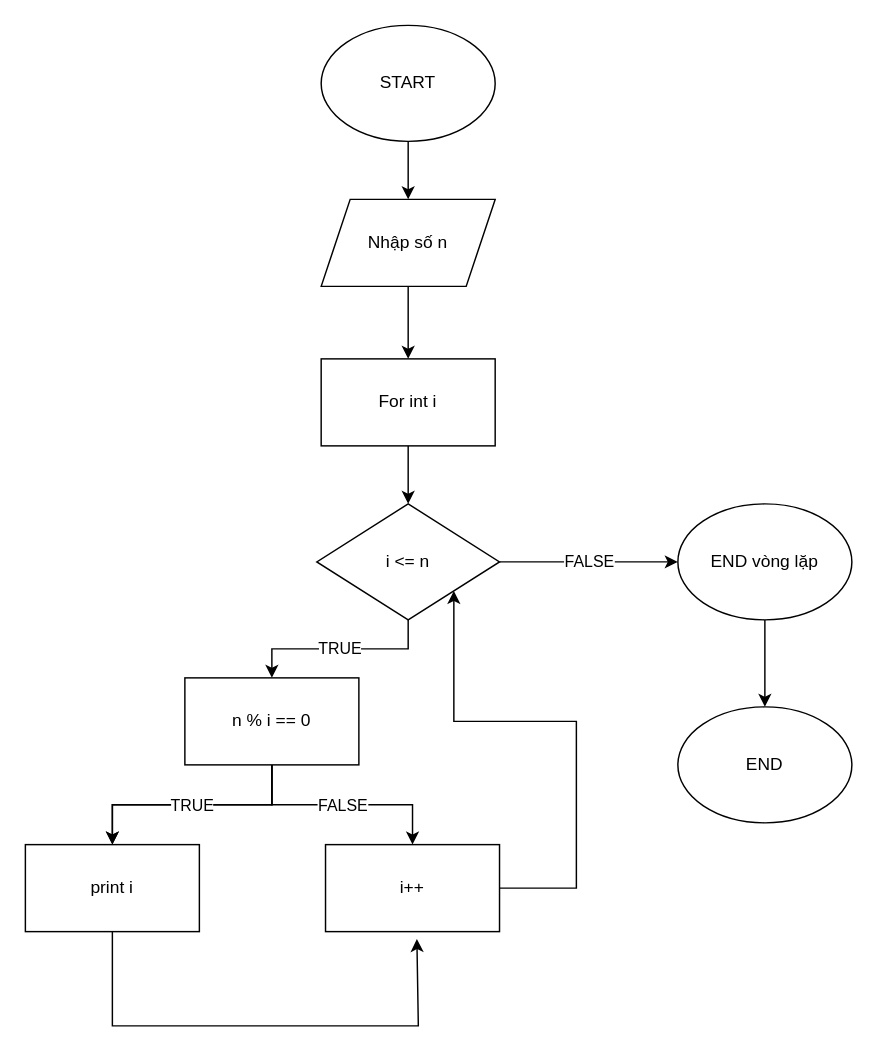
Above: bth4.drawio in NguyenGiaHuy-Qi/bth (draw.io), before the change. Source tidied: cells renumbered, new cells numbered last; positions are measured from the earlier drawing's top-left corner, leaving out a move shared by most shapes. Both pictures are drawn from the tidied source at 145%, with x=0, y=0 at pixel (25, 25).
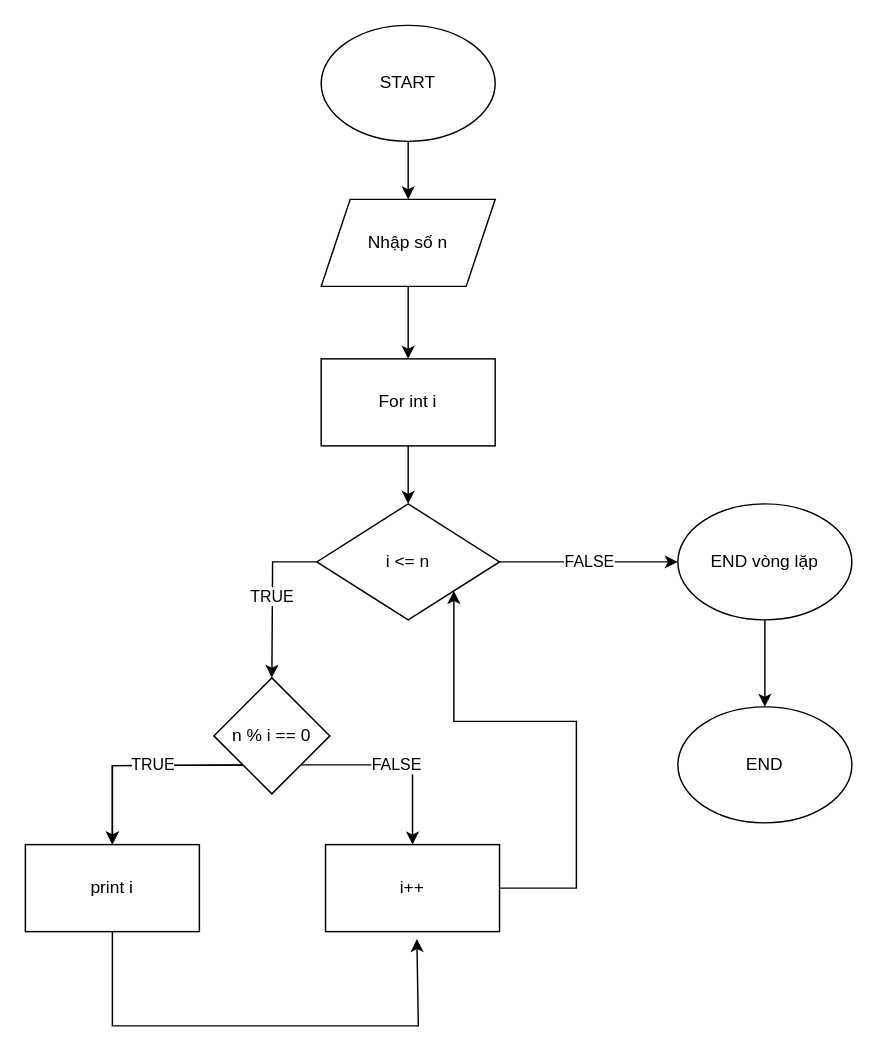
The same diagram, later.

The change refers to these unchanged cells:
```xml
<mxCell id="10" value="i &amp;lt;= n" style="rhombus;whiteSpace=wrap;html=1;" parent="1" vertex="1">
  <mxGeometry x="201" y="330" width="126" height="80" as="geometry" />
</mxCell>
<mxCell id="18" value="print i" style="rounded=0;whiteSpace=wrap;html=1;" parent="1" vertex="1">
  <mxGeometry y="565" width="120" height="60" as="geometry" />
</mxCell>
<mxCell id="20" value="i++" style="whiteSpace=wrap;html=1;rounded=0;" parent="1" vertex="1">
  <mxGeometry x="207" y="565" width="120" height="60" as="geometry" />
</mxCell>
```

Change to the diagram source:
```diff
@@
-    <mxCell id="8" value="TRUE" style="edgeStyle=orthogonalEdgeStyle;rounded=0;jettySize=auto;html=1;" parent="1" edge="1" source="10" target="14">
-      <mxGeometry relative="1" as="geometry" />
+    <mxCell id="8" value="TRUE" style="edgeStyle=orthogonalEdgeStyle;rounded=0;jettySize=auto;html=1;" parent="1" edge="1" source="10">
+      <mxGeometry relative="1" as="geometry">
+        <mxPoint x="170" y="450" as="targetPoint" />
+      </mxGeometry>
     </mxCell>
@@
-    <mxCell id="11" style="edgeStyle=orthogonalEdgeStyle;rounded=0;jettySize=auto;html=1;entryX=0.5;entryY=0;entryDx=0;entryDy=0;" parent="1" edge="1" source="14" target="18">
-      <mxGeometry relative="1" as="geometry" />
+    <mxCell id="11" style="edgeStyle=orthogonalEdgeStyle;rounded=0;jettySize=auto;html=1;entryX=0.5;entryY=0;entryDx=0;entryDy=0;" parent="1" edge="1" target="18">
+      <mxGeometry relative="1" as="geometry">
+        <mxPoint x="170" y="510" as="sourcePoint" />
+      </mxGeometry>
     </mxCell>
-    <mxCell id="12" value="TRUE" style="edgeStyle=orthogonalEdgeStyle;rounded=0;jettySize=auto;html=1;" parent="1" edge="1" source="14" target="18">
-      <mxGeometry relative="1" as="geometry" />
+    <mxCell id="12" value="TRUE" style="edgeStyle=orthogonalEdgeStyle;rounded=0;jettySize=auto;html=1;" parent="1" edge="1" target="18">
+      <mxGeometry relative="1" as="geometry">
+        <mxPoint x="170" y="510" as="sourcePoint" />
+      </mxGeometry>
     </mxCell>
-    <mxCell id="13" value="FALSE" style="edgeStyle=orthogonalEdgeStyle;rounded=0;jettySize=auto;html=1;" parent="1" edge="1" source="14" target="20">
-      <mxGeometry relative="1" as="geometry" />
+    <mxCell id="13" value="FALSE" style="edgeStyle=orthogonalEdgeStyle;rounded=0;jettySize=auto;html=1;exitX=1;exitY=1;exitDx=0;exitDy=0;" parent="1" edge="1" source="14" target="20">
+      <mxGeometry relative="1" as="geometry">
+        <Array as="points">
+          <mxPoint x="267" y="510" />
+        </Array>
+      </mxGeometry>
     </mxCell>
-    <mxCell id="14" value="n % i == 0" style="rounded=0;whiteSpace=wrap;html=1;" parent="1" vertex="1">
-      <mxGeometry x="110" y="450" width="120" height="60" as="geometry" />
-    </mxCell>
@@
+    <mxCell id="14" value="n % i == 0" style="rhombus;whiteSpace=wrap;html=1;" parent="1" vertex="1">
+      <mxGeometry x="130" y="450" width="80" height="80" as="geometry" />
+    </mxCell>
```
